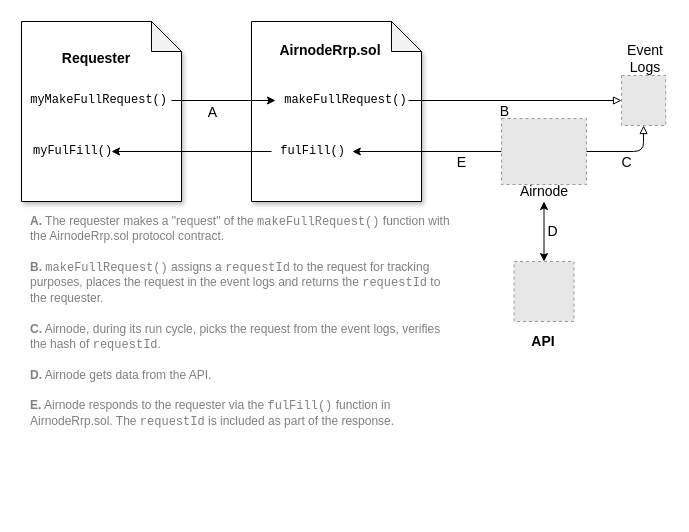
Before: docs/airnode/next/assets/diagrams/concepts-request.drawio in api3dao/old-api3-docs, a draw.io diagram. Source tidied: cells renumbered, new cells numbered last; positions are measured from the earlier drawing's top-left corner, leaving out a move shared by most shapes. Both pictures are drawn from the tidied source at 100%, with x=0, y=0 at pixel (21, 21). Pictures stored in the file or linked from it are replaced by grey dashed boxes.
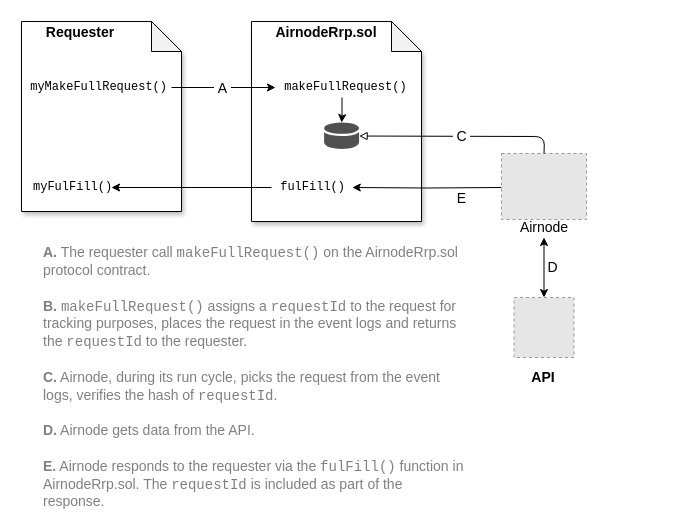
Above is the later version.

The change refers to these unchanged cells:
```xml
<mxCell id="21" style="edgeStyle=orthogonalEdgeStyle;rounded=0;jettySize=auto;html=1;entryX=0;entryY=0.5;entryDx=0;entryDy=0;exitX=1;exitY=0.5;exitDx=0;exitDy=0;" parent="1" edge="1" source="20" target="5">
  <mxGeometry relative="1" as="geometry" />
</mxCell>
```

Change to the diagram source:
```diff
@@
     <mxCell id="2" style="shape=note;whiteSpace=wrap;html=1;backgroundOutline=1;darkOpacity=0.05;align=left;shadow=1;" parent="1" vertex="1">
-      <mxGeometry width="160" height="180" as="geometry" />
+      <mxGeometry width="160" height="190" as="geometry" />
     </mxCell>
     <mxCell id="3" style="shape=note;whiteSpace=wrap;html=1;backgroundOutline=1;darkOpacity=0.05;align=left;shadow=1;" parent="1" vertex="1">
-      <mxGeometry x="230" width="170" height="180" as="geometry" />
+      <mxGeometry x="230" width="170" height="200" as="geometry" />
     </mxCell>
     <mxCell id="4" value="&lt;b&gt;&lt;font style=&quot;font-size: 14px&quot;&gt;AirnodeRrp.sol&lt;/font&gt;&lt;/b&gt;" style="text;html=1;strokeColor=none;fillColor=none;align=center;verticalAlign=middle;whiteSpace=wrap;rounded=0;shadow=1;" parent="1" vertex="1">
-      <mxGeometry x="254" y="19" width="110.2" height="20" as="geometry" />
+      <mxGeometry x="250" y="1" width="110.2" height="20" as="geometry" />
     </mxCell>
+    <mxCell id="27" style="edgeStyle=orthogonalEdgeStyle;rounded=0;jettySize=auto;html=1;" parent="1" edge="1" source="5" target="28">
+      <mxGeometry relative="1" as="geometry" />
+    </mxCell>
     <mxCell id="5" value="&lt;font style=&quot;font-size: 12px&quot;&gt;&amp;nbsp;makeFullRequest()&lt;/font&gt;" style="text;html=1;strokeColor=none;fillColor=none;align=left;verticalAlign=middle;whiteSpace=wrap;rounded=0;shadow=1;fontFamily=Courier New;" parent="1" vertex="1">
-      <mxGeometry x="254" y="69" width="133" height="20" as="geometry" />
+      <mxGeometry x="254" y="56" width="133" height="20" as="geometry" />
     </mxCell>
-    <mxCell id="6" value="&lt;font face=&quot;Helvetica&quot; style=&quot;font-size: 14px&quot;&gt;B&lt;/font&gt;" style="endArrow=none;html=1;strokeWidth=1;fontFamily=Courier New;startArrow=block;startFill=0;exitX=0;exitY=0.5;exitDx=0;exitDy=0;" parent="1" edge="1" source="11" target="5">
-      <mxGeometry x="0.1" y="11" relative="1" as="geometry" />
-    </mxCell>
-    <mxCell id="7" value="&lt;font face=&quot;Helvetica&quot; color=&quot;#808080&quot;&gt;&lt;b&gt;A.&lt;/b&gt; The requester makes a &quot;request&quot; of the &lt;/font&gt;&lt;font color=&quot;#808080&quot;&gt;makeFullRequest()&lt;/font&gt;&lt;font face=&quot;Helvetica&quot; color=&quot;#808080&quot;&gt; function with the AirnodeRrp.sol protocol contract.&lt;br&gt;&lt;br&gt;&lt;b&gt;B.&lt;/b&gt; &lt;/font&gt;&lt;font color=&quot;#808080&quot;&gt;makeFullRequest()&lt;/font&gt;&lt;font face=&quot;Helvetica&quot; color=&quot;#808080&quot;&gt; assigns a &lt;/font&gt;&lt;font color=&quot;#808080&quot;&gt;requestId&lt;/font&gt;&lt;font face=&quot;Helvetica&quot; color=&quot;#808080&quot;&gt; to the request for tracking purposes, places the request in the event logs and returns the &lt;/font&gt;&lt;font color=&quot;#808080&quot;&gt;requestId&lt;/font&gt;&lt;font face=&quot;Helvetica&quot; color=&quot;#808080&quot;&gt; to the requester.&lt;br&gt;&lt;br&gt;&lt;b&gt;C.&lt;/b&gt; Airnode, during its run cycle, picks the request from the event logs,&amp;nbsp;&lt;/font&gt;&lt;font color=&quot;#808080&quot;&gt;&lt;font face=&quot;Helvetica&quot;&gt;verifies the hash of &lt;/font&gt;requestId&lt;/font&gt;&lt;font face=&quot;Helvetica&quot; color=&quot;#808080&quot;&gt;.&lt;br&gt;&lt;br&gt;&lt;b&gt;D.&lt;/b&gt; Airnode gets data from the API.&lt;br&gt;&lt;br&gt;&lt;b&gt;E.&lt;/b&gt; Airnode responds to the requester via the &lt;/font&gt;&lt;font color=&quot;#808080&quot;&gt;fulFill()&lt;/font&gt;&lt;font face=&quot;Helvetica&quot; color=&quot;#808080&quot;&gt; function in AirnodeRrp.sol. The &lt;/font&gt;&lt;font color=&quot;#808080&quot;&gt;requestId&lt;/font&gt;&lt;font face=&quot;Helvetica&quot; color=&quot;#808080&quot;&gt; is included as part of the response.&lt;br&gt;&lt;/font&gt;" style="text;html=1;strokeColor=none;fillColor=none;align=left;verticalAlign=middle;whiteSpace=wrap;rounded=0;shadow=1;fontFamily=Courier New;" parent="1" vertex="1">
-      <mxGeometry x="7" y="220" width="423" height="160" as="geometry" />
+    <mxCell id="7" value="&lt;font style=&quot;font-size: 14px&quot; color=&quot;#808080&quot;&gt;&lt;font face=&quot;Helvetica&quot; style=&quot;font-size: 14px&quot;&gt;&lt;b&gt;A.&lt;/b&gt; The requester call&amp;nbsp;&lt;/font&gt;&lt;font style=&quot;font-size: 14px&quot;&gt;makeFullRequest()&lt;/font&gt;&lt;font face=&quot;Helvetica&quot; style=&quot;font-size: 14px&quot;&gt;&amp;nbsp;on the AirnodeRrp.sol protocol contract.&lt;br&gt;&lt;br&gt;&lt;b&gt;B.&lt;/b&gt; &lt;/font&gt;&lt;font style=&quot;font-size: 14px&quot;&gt;makeFullRequest()&lt;/font&gt;&lt;font face=&quot;Helvetica&quot; style=&quot;font-size: 14px&quot;&gt; assigns a &lt;/font&gt;&lt;font style=&quot;font-size: 14px&quot;&gt;requestId&lt;/font&gt;&lt;font face=&quot;Helvetica&quot; style=&quot;font-size: 14px&quot;&gt; to the request for tracking purposes, places the request in the event logs and returns the &lt;/font&gt;&lt;font style=&quot;font-size: 14px&quot;&gt;requestId&lt;/font&gt;&lt;font face=&quot;Helvetica&quot; style=&quot;font-size: 14px&quot;&gt; to the requester.&lt;br&gt;&lt;br&gt;&lt;b&gt;C.&lt;/b&gt; Airnode, during its run cycle, picks the request from the event logs,&amp;nbsp;&lt;/font&gt;&lt;font style=&quot;font-size: 14px&quot;&gt;&lt;font face=&quot;Helvetica&quot; style=&quot;font-size: 14px&quot;&gt;verifies the hash of &lt;/font&gt;requestId&lt;/font&gt;&lt;font face=&quot;Helvetica&quot; style=&quot;font-size: 14px&quot;&gt;.&lt;br&gt;&lt;br&gt;&lt;b&gt;D.&lt;/b&gt; Airnode gets data from the API.&lt;br&gt;&lt;br&gt;&lt;b&gt;E.&lt;/b&gt; Airnode responds to the requester via the &lt;/font&gt;&lt;font style=&quot;font-size: 14px&quot;&gt;fulFill()&lt;/font&gt;&lt;font face=&quot;Helvetica&quot; style=&quot;font-size: 14px&quot;&gt; function in AirnodeRrp.sol. The &lt;/font&gt;&lt;font style=&quot;font-size: 14px&quot;&gt;requestId&lt;/font&gt;&lt;/font&gt;&lt;font face=&quot;Helvetica&quot; style=&quot;font-size: 14px&quot;&gt;&lt;font style=&quot;font-size: 14px&quot; color=&quot;#808080&quot;&gt; is included as part of the response.&lt;/font&gt;&lt;br&gt;&lt;/font&gt;" style="text;html=1;strokeColor=none;fillColor=none;align=left;verticalAlign=middle;whiteSpace=wrap;rounded=0;shadow=1;fontFamily=Courier New;" parent="1" vertex="1">
+      <mxGeometry x="19.8" y="226" width="423" height="260" as="geometry" />
     </mxCell>
     <mxCell id="8" value="myFulFill()" style="text;html=1;strokeColor=none;fillColor=none;align=left;verticalAlign=middle;whiteSpace=wrap;rounded=0;shadow=1;fontFamily=Courier New;" parent="1" vertex="1">
-      <mxGeometry x="10" y="120" width="80" height="20" as="geometry" />
+      <mxGeometry x="10" y="156" width="80" height="20" as="geometry" />
     </mxCell>
     <mxCell id="9" value="&amp;nbsp;fulFill()&amp;nbsp;" style="text;html=1;strokeColor=none;fillColor=none;align=left;verticalAlign=middle;whiteSpace=wrap;rounded=0;shadow=1;fontFamily=Courier New;" parent="1" vertex="1">
-      <mxGeometry x="250" y="120" width="80.8" height="20" as="geometry" />
+      <mxGeometry x="250" y="156" width="80.8" height="20" as="geometry" />
     </mxCell>
@@
-    <mxCell id="11" style="fillColor=#E6E6E6;strokeColor=#999999;dashed=1;verticalLabelPosition=bottom;labelBackgroundColor=#ffffff;verticalAlign=top;" parent="1" vertex="1">
-      <mxGeometry x="600" y="54" width="44.2" height="50" as="geometry" />
-    </mxCell>
-    <mxCell id="12" style="edgeStyle=orthogonalEdgeStyle;rounded=0;jettySize=auto;html=1;entryX=1;entryY=0.5;entryDx=0;entryDy=0;" parent="1" edge="1" source="14" target="9">
-      <mxGeometry relative="1" as="geometry" />
+    <mxCell id="12" style="edgeStyle=orthogonalEdgeStyle;rounded=0;jettySize=auto;html=1;entryX=1;entryY=0.5;entryDx=0;entryDy=0;" parent="1" edge="1" target="9">
+      <mxGeometry relative="1" as="geometry">
+        <mxPoint x="480" y="166" as="sourcePoint" />
+      </mxGeometry>
     </mxCell>
@@
     <mxCell id="14" style="fillColor=#E6E6E6;strokeColor=#999999;dashed=1;verticalLabelPosition=bottom;labelBackgroundColor=#ffffff;verticalAlign=top;" parent="1" vertex="1">
-      <mxGeometry x="480" y="97" width="85" height="66" as="geometry" />
+      <mxGeometry x="480" y="132" width="85" height="66" as="geometry" />
     </mxCell>
@@
     <mxCell id="17" value="&lt;font style=&quot;font-size: 14px&quot;&gt;Airnode&lt;/font&gt;" style="text;html=1;strokeColor=none;fillColor=none;align=center;verticalAlign=middle;whiteSpace=wrap;rounded=0;shadow=1;fontFamily=Helvetica;" parent="1" vertex="1">
-      <mxGeometry x="502.5" y="160" width="40" height="20" as="geometry" />
+      <mxGeometry x="502.5" y="196" width="40" height="20" as="geometry" />
     </mxCell>
-    <mxCell id="18" value="&lt;font style=&quot;font-size: 14px&quot;&gt;Event Logs&lt;br&gt;&lt;/font&gt;" style="text;html=1;strokeColor=none;fillColor=none;align=center;verticalAlign=middle;whiteSpace=wrap;rounded=0;shadow=1;fontFamily=Helvetica;" parent="1" vertex="1">
-      <mxGeometry x="604.2" y="27" width="40" height="20" as="geometry" />
-    </mxCell>
     <mxCell id="19" value="&lt;b&gt;&lt;font style=&quot;font-size: 14px&quot;&gt;Requester&lt;/font&gt;&lt;/b&gt;" style="text;html=1;strokeColor=none;fillColor=none;align=center;verticalAlign=middle;whiteSpace=wrap;rounded=0;shadow=1;" parent="1" vertex="1">
-      <mxGeometry x="19.8" y="27" width="110.2" height="20" as="geometry" />
+      <mxGeometry x="4" y="1" width="110.2" height="20" as="geometry" />
     </mxCell>
     <mxCell id="20" value="&amp;nbsp;myMakeFullRequest()" style="text;html=1;strokeColor=none;fillColor=none;align=left;verticalAlign=middle;whiteSpace=wrap;rounded=0;shadow=1;fontFamily=Courier New;" parent="1" vertex="1">
-      <mxGeometry y="69" width="150" height="20" as="geometry" />
+      <mxGeometry y="56" width="150" height="20" as="geometry" />
     </mxCell>
@@
-    <mxCell id="22" value="&lt;span style=&quot;font-weight: normal&quot;&gt;&lt;font style=&quot;font-size: 14px&quot;&gt;A&lt;/font&gt;&lt;/span&gt;" style="edgeLabel;html=1;align=center;verticalAlign=middle;fontSize=12;fontStyle=1;" parent="21" vertex="1">
+    <mxCell id="22" value="&lt;span style=&quot;font-weight: normal&quot;&gt;&lt;font style=&quot;font-size: 14px&quot;&gt;&amp;nbsp;A&amp;nbsp;&lt;/font&gt;&lt;/span&gt;" style="edgeLabel;html=1;align=center;verticalAlign=middle;fontSize=12;fontStyle=1;" parent="21" vertex="1">
       <mxGeometry x="0.02" y="1" relative="1" as="geometry">
-        <mxPoint x="-13" y="12" as="offset" />
+        <mxPoint x="-3" y="1" as="offset" />
       </mxGeometry>
     </mxCell>
-    <mxCell id="23" style="endArrow=block;html=1;entryX=0.5;entryY=1;entryDx=0;entryDy=0;exitX=1;exitY=0.5;exitDx=0;exitDy=0;endFill=0;" parent="1" edge="1" source="14" target="11">
+    <mxCell id="23" style="endArrow=block;html=1;exitX=0.5;exitY=0;exitDx=0;exitDy=0;endFill=0;" parent="1" edge="1" source="14" target="28">
       <mxGeometry relative="1" as="geometry">
         <Array as="points">
-          <mxPoint x="622" y="130" />
+          <mxPoint x="523" y="115" />
         </Array>
       </mxGeometry>
     </mxCell>
-    <mxCell id="24" value="&lt;font style=&quot;font-size: 14px&quot;&gt;C&lt;/font&gt;" style="edgeLabel;html=1;align=center;verticalAlign=middle;fontSize=12;" parent="23" vertex="1">
+    <mxCell id="24" value="&lt;font style=&quot;font-size: 14px&quot;&gt;&amp;nbsp;C&amp;nbsp;&lt;/font&gt;" style="edgeLabel;html=1;align=center;verticalAlign=middle;fontSize=12;" parent="23" vertex="1">
       <mxGeometry x="-0.06" y="-1" relative="1" as="geometry">
-        <mxPoint y="9" as="offset" />
+        <mxPoint x="-6" y="1" as="offset" />
       </mxGeometry>
     </mxCell>
     <mxCell id="25" style="fillColor=#E6E6E6;strokeColor=#999999;dashed=1;verticalLabelPosition=bottom;labelBackgroundColor=#ffffff;verticalAlign=top;rotation=-90;" parent="1" vertex="1">
-      <mxGeometry x="492.5" y="240" width="60" height="60" as="geometry" />
+      <mxGeometry x="492.5" y="276" width="60" height="60" as="geometry" />
     </mxCell>
     <mxCell id="26" value="&lt;b&gt;&lt;font style=&quot;font-size: 14px&quot;&gt;API&lt;/font&gt;&lt;/b&gt;" style="text;html=1;strokeColor=none;fillColor=none;align=center;verticalAlign=middle;whiteSpace=wrap;rounded=0;shadow=1;" parent="1" vertex="1">
-      <mxGeometry x="467.4" y="310" width="110.2" height="20" as="geometry" />
+      <mxGeometry x="467.4" y="346" width="110.2" height="20" as="geometry" />
     </mxCell>
+    <mxCell id="28" style="sketch=0;shadow=0;dashed=0;html=1;strokeColor=none;fillColor=#505050;labelPosition=center;verticalLabelPosition=bottom;verticalAlign=top;outlineConnect=0;align=center;shape=mxgraph.office.databases.database_mini_1;" parent="1" vertex="1">
+      <mxGeometry x="302.6" y="101" width="35" height="27" as="geometry" />
+    </mxCell>
```
